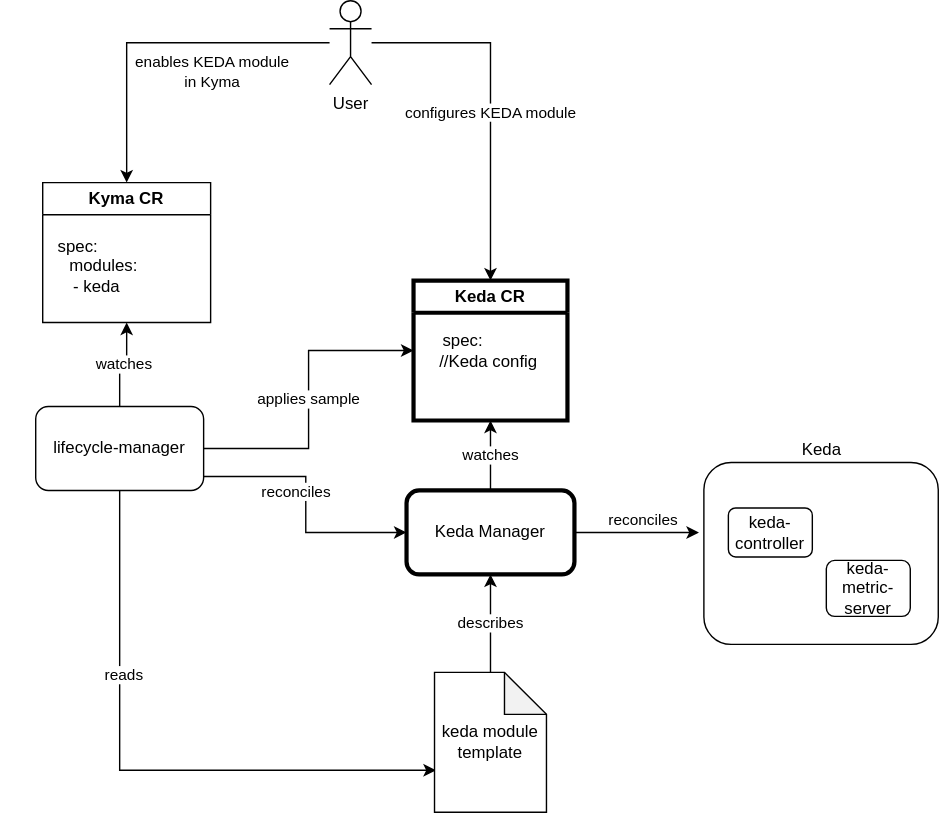
This is docs/assets/keda-overview.drawio.svg from kyma-project/keda-manager, a draw.io export, as it was before one commit. Source tidied: cells renumbered, new cells last; positions are measured from the earlier drawing's top-left corner, leaving out a move shared by most shapes.
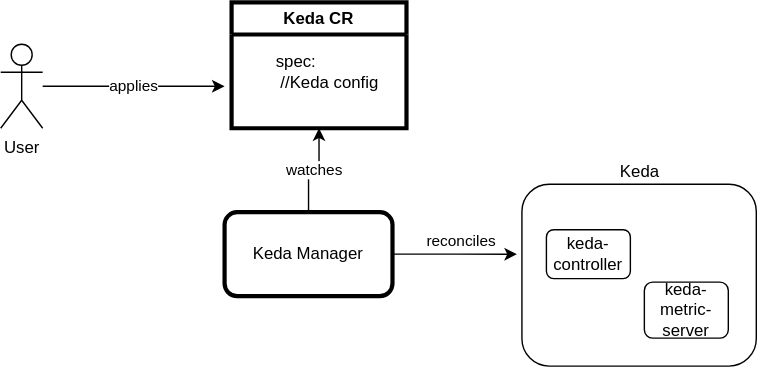
After the change.

Commit message:
Emphasize that users can deploy keda manager without LM

Diff of the diagram source:
```diff
@@ -17,8 +17,11 @@
       <mxGeometry x="290" y="350" width="120" height="60" as="geometry" />
     </mxCell>
     <mxCell id="6" value="Keda CR" style="swimlane;whiteSpace=wrap;html=1;strokeWidth=3;" parent="1" vertex="1">
-      <mxGeometry x="295" y="200" width="110" height="100" as="geometry" />
+      <mxGeometry x="295" y="200" width="125" height="90" as="geometry" />
     </mxCell>
+    <mxCell id="19" value="&lt;div style=&quot;&quot;&gt;&lt;span style=&quot;background-color: initial;&quot;&gt;spec:&lt;br&gt;&lt;/span&gt;&lt;span style=&quot;background-color: initial;&quot;&gt;&amp;nbsp;//Keda config&lt;/span&gt;&lt;/div&gt;" style="text;html=1;align=left;verticalAlign=middle;strokeColor=none;fillColor=none;" parent="6" vertex="1">
+      <mxGeometry x="30" y="30" width="100" height="40" as="geometry" />
+    </mxCell>
     <mxCell id="7" value="Keda" style="rounded=1;whiteSpace=wrap;html=1;labelPosition=center;verticalLabelPosition=top;align=center;verticalAlign=bottom;" parent="1" vertex="1">
       <mxGeometry x="502.5" y="330" width="167.5" height="130" as="geometry" />
     </mxCell>
@@ -28,69 +31,13 @@
     <mxCell id="9" value="keda-metric-server" style="rounded=1;whiteSpace=wrap;html=1;" parent="1" vertex="1">
       <mxGeometry x="590" y="400" width="60" height="40" as="geometry" />
     </mxCell>
-    <mxCell id="10" value="watches" style="edgeStyle=orthogonalEdgeStyle;rounded=0;jettySize=auto;html=1;entryX=0.5;entryY=1;entryDx=0;entryDy=0;" parent="1" edge="1" source="16" target="17">
-      <mxGeometry relative="1" as="geometry" />
-    </mxCell>
-    <mxCell id="11" style="edgeStyle=orthogonalEdgeStyle;rounded=0;jettySize=auto;html=1;entryX=0;entryY=0.5;entryDx=0;entryDy=0;" parent="1" edge="1" source="16" target="5">
-      <mxGeometry relative="1" as="geometry">
-        <Array as="points">
-          <mxPoint x="218" y="340" />
-          <mxPoint x="218" y="380" />
-        </Array>
-      </mxGeometry>
-    </mxCell>
-    <mxCell id="12" value="reconciles" style="edgeLabel;html=1;align=center;verticalAlign=middle;" parent="11" vertex="1">
-      <mxGeometry x="-0.42" y="-1" relative="1" as="geometry">
-        <mxPoint x="11" y="9" as="offset" />
-      </mxGeometry>
-    </mxCell>
-    <mxCell id="13" value="applies sample" style="edgeStyle=orthogonalEdgeStyle;rounded=0;jettySize=auto;html=1;entryX=0;entryY=0.5;entryDx=0;entryDy=0;" parent="1" edge="1" source="16" target="6">
-      <mxGeometry relative="1" as="geometry" />
-    </mxCell>
-    <mxCell id="14" style="edgeStyle=orthogonalEdgeStyle;rounded=0;jettySize=auto;html=1;entryX=0.013;entryY=0.7;entryDx=0;entryDy=0;entryPerimeter=0;" parent="1" edge="1" source="16" target="26">
-      <mxGeometry relative="1" as="geometry">
-        <Array as="points">
-          <mxPoint x="85" y="550" />
-        </Array>
-      </mxGeometry>
-    </mxCell>
-    <mxCell id="15" value="reads" style="edgeLabel;html=1;align=center;verticalAlign=middle;" parent="14" vertex="1">
-      <mxGeometry x="-0.39" y="2" relative="1" as="geometry" />
-    </mxCell>
-    <mxCell id="16" value="lifecycle-manager" style="rounded=1;whiteSpace=wrap;html=1;" parent="1" vertex="1">
-      <mxGeometry x="25" y="290" width="120" height="60" as="geometry" />
-    </mxCell>
-    <mxCell id="17" value="Kyma CR" style="swimlane;whiteSpace=wrap;html=1;" parent="1" vertex="1">
-      <mxGeometry x="30" y="130" width="120" height="100" as="geometry" />
-    </mxCell>
-    <mxCell id="18" value="spec:&lt;br&gt;&amp;nbsp; &amp;nbsp; &amp;nbsp; &amp;nbsp; &amp;nbsp; &amp;nbsp;modules:&lt;br&gt;&amp;nbsp; &amp;nbsp; &amp;nbsp; &amp;nbsp; - keda" style="text;html=1;align=center;verticalAlign=middle;strokeColor=none;fillColor=none;" parent="17" vertex="1">
-      <mxGeometry x="-30" y="30" width="110" height="60" as="geometry" />
-    </mxCell>
-    <mxCell id="19" value="spec:&lt;br&gt;&amp;nbsp; &amp;nbsp; &amp;nbsp; &amp;nbsp; &amp;nbsp; &amp;nbsp;//Keda config" style="text;html=1;align=center;verticalAlign=middle;strokeColor=none;fillColor=none;" parent="1" vertex="1">
-      <mxGeometry x="265" y="230" width="130" height="40" as="geometry" />
-    </mxCell>
-    <mxCell id="20" style="edgeStyle=orthogonalEdgeStyle;rounded=0;jettySize=auto;html=1;entryX=0.5;entryY=0;entryDx=0;entryDy=0;" parent="1" edge="1" source="24" target="17">
-      <mxGeometry relative="1" as="geometry" />
-    </mxCell>
-    <mxCell id="21" value="enables KEDA module &lt;br&gt;in Kyma" style="edgeLabel;html=1;align=center;verticalAlign=middle;" parent="20" vertex="1">
-      <mxGeometry x="-0.25" y="-2" relative="1" as="geometry">
-        <mxPoint x="7" y="22" as="offset" />
-      </mxGeometry>
-    </mxCell>
-    <mxCell id="22" style="edgeStyle=orthogonalEdgeStyle;rounded=0;jettySize=auto;html=1;entryX=0.5;entryY=0;entryDx=0;entryDy=0;" parent="1" edge="1" source="24" target="6">
-      <mxGeometry relative="1" as="geometry" />
-    </mxCell>
-    <mxCell id="23" value="configures KEDA module" style="edgeLabel;html=1;align=center;verticalAlign=middle;" parent="22" vertex="1">
-      <mxGeometry x="0.05" y="-1" relative="1" as="geometry" />
-    </mxCell>
+    <mxCell id="27" value="applies" style="edgeStyle=orthogonalEdgeStyle;rounded=0;jettySize=auto;html=1;" parent="1" edge="1" source="24">
+      <mxGeometry relative="1" as="geometry">
+        <mxPoint x="290" y="260" as="targetPoint" />
+      </mxGeometry>
+    </mxCell>
     <mxCell id="24" value="User" style="shape=umlActor;verticalLabelPosition=bottom;verticalAlign=top;html=1;outlineConnect=0;strokeWidth=1;" parent="1" vertex="1">
-      <mxGeometry x="235" width="30" height="60" as="geometry" />
+      <mxGeometry x="130" y="230" width="30" height="60" as="geometry" />
     </mxCell>
-    <mxCell id="25" value="describes" style="edgeStyle=orthogonalEdgeStyle;rounded=0;jettySize=auto;html=1;entryX=0.5;entryY=1;entryDx=0;entryDy=0;" parent="1" edge="1" source="26" target="5">
-      <mxGeometry relative="1" as="geometry" />
-    </mxCell>
-    <mxCell id="26" value="keda module template" style="shape=note;whiteSpace=wrap;html=1;backgroundOutline=1;darkOpacity=0.05;" parent="1" vertex="1">
-      <mxGeometry x="310" y="480" width="80" height="100" as="geometry" />
-    </mxCell>
   </root>
 </mxGraphModel>
```
